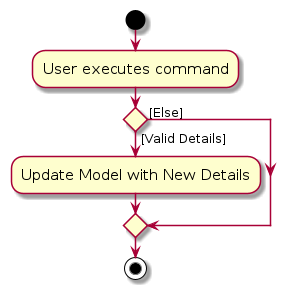
AY2324S1-CS2103T-T14-3/tp keeps this PlantUML diagram as diagrams/EditActivityDiagram.png. Above is the earlier version. Its source is kept beside it as diagrams/EditActivityDiagram.puml. Source of this version:
```plantuml
@startuml
skin rose
skinparam ActivityFontSize 15
skinparam ArrowFontSize 12

start
:User executes command;

if () then ([Valid Details])
  :Update Model with New Details;
else ([Else])
endif
stop
@enduml
```
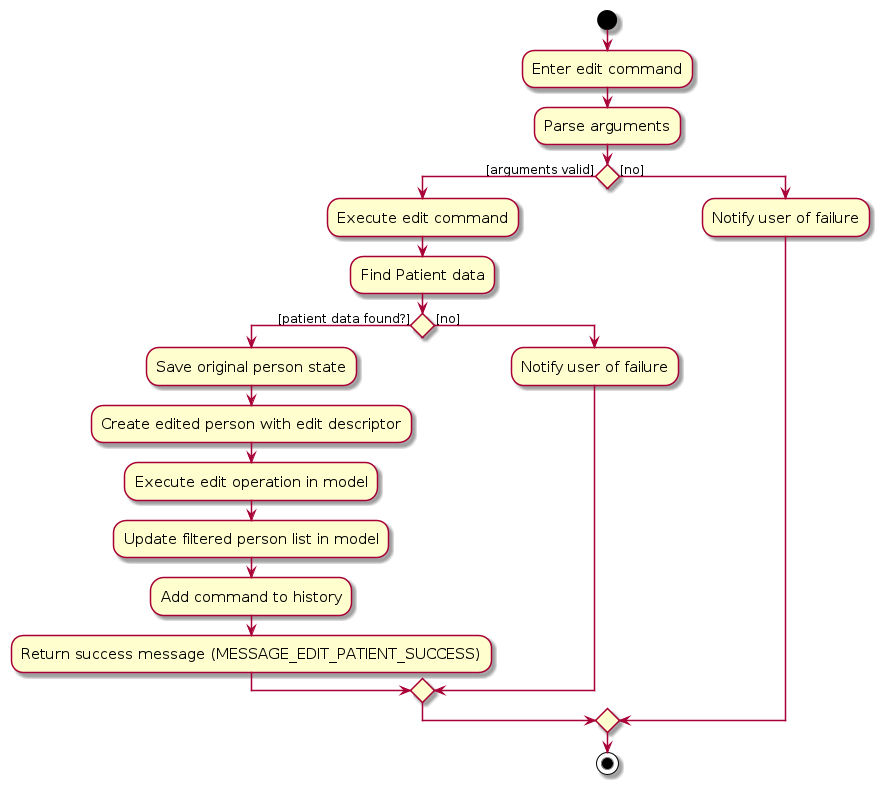
Above is the later version.

Change to the diagram source:
```diff
@@ -4,11 +4,34 @@
 skinparam ArrowFontSize 12
 
 start
-:User executes command;
+:Enter edit command;
+:Parse arguments;
 
-if () then ([Valid Details])
-  :Update Model with New Details;
-else ([Else])
+if () then ([arguments valid])
+
+:Execute edit command;
+:Find Patient data;
+
+if () then ([patient data found?])
+
+:Save original person state;
+:Create edited person with edit descriptor;
+:Execute edit operation in model;
+:Update filtered person list in model;
+:Add command to history;
+:Return success message (MESSAGE_EDIT_PATIENT_SUCCESS);
+else ([no])
+
+:Notify user of failure;
 endif
+
+else ([no])
+
+:Notify user of failure;
+
+endif
+
 stop
+
+
 @enduml
```
